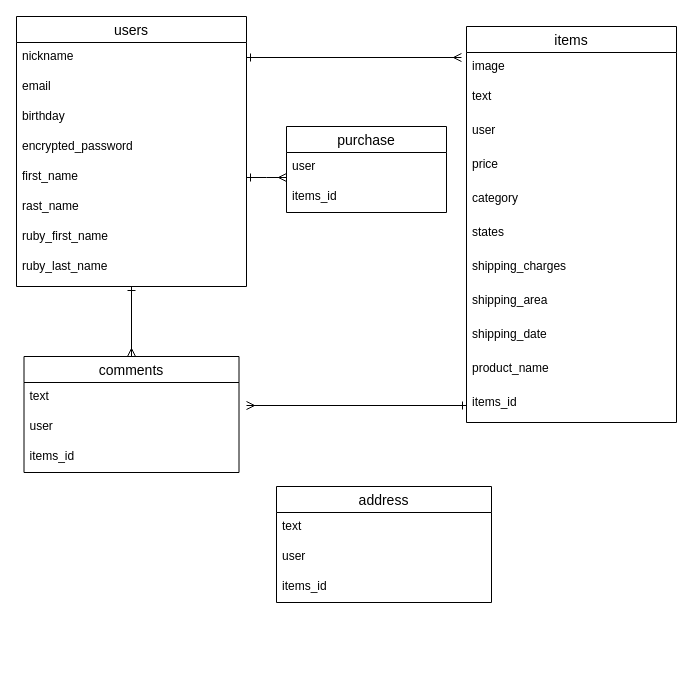
kotatori/furima-33804 keeps this draw.io diagram as DB.dio. Above is the earlier version. Source tidied: cells renumbered, new cells numbered last; positions are measured from the earlier drawing's top-left corner, leaving out a move shared by most shapes. Both pictures are drawn from the tidied source at 100%, with x=0, y=0 at pixel (16, 16).
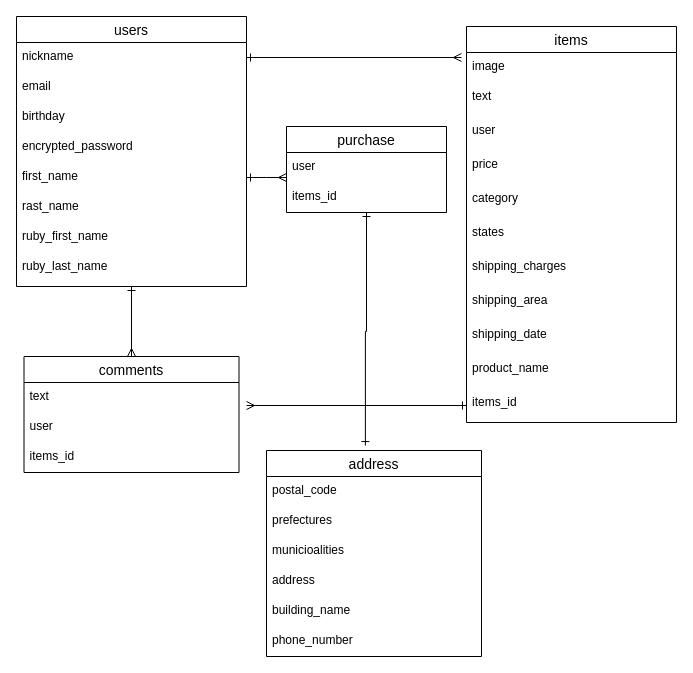
After the change.

Unchanged cells that the change refers to:
```xml
<mxCell id="24" value="purchase" style="swimlane;fontStyle=0;horizontal=1;startSize=26;align=center;fontSize=14;" parent="1" vertex="1">
  <mxGeometry x="270" y="110" width="160" height="86" as="geometry" />
</mxCell>
```

Diff of the diagram source:
```diff
@@
+    <mxCell id="38" style="edgeStyle=orthogonalEdgeStyle;rounded=0;jettySize=auto;html=1;entryX=0.46;entryY=-0.024;entryDx=0;entryDy=0;entryPerimeter=0;startArrow=ERone;startFill=0;endArrow=ERone;endFill=0;fontSize=14;" parent="1" edge="1" source="24" target="34">
+      <mxGeometry relative="1" as="geometry" />
+    </mxCell>
@@
     <mxCell id="34" value="address" style="swimlane;fontStyle=0;horizontal=1;startSize=26;align=center;fontSize=14;" parent="1" vertex="1">
-      <mxGeometry x="260" y="470" width="215" height="116" as="geometry" />
+      <mxGeometry x="250" y="434" width="215" height="206" as="geometry" />
     </mxCell>
-    <mxCell id="35" value="text" style="text;strokeColor=none;fillColor=none;spacingLeft=4;spacingRight=4;overflow=hidden;fontSize=12;" parent="34" vertex="1">
+    <mxCell id="35" value="postal_code" style="text;strokeColor=none;fillColor=none;spacingLeft=4;spacingRight=4;overflow=hidden;fontSize=12;" parent="34" vertex="1">
       <mxGeometry y="26" width="215" height="30" as="geometry" />
     </mxCell>
-    <mxCell id="36" value="user" style="text;strokeColor=none;fillColor=none;spacingLeft=4;spacingRight=4;overflow=hidden;fontSize=12;" parent="34" vertex="1">
+    <mxCell id="36" value="prefectures" style="text;strokeColor=none;fillColor=none;spacingLeft=4;spacingRight=4;overflow=hidden;fontSize=12;" parent="34" vertex="1">
       <mxGeometry y="56" width="215" height="30" as="geometry" />
     </mxCell>
-    <mxCell id="37" value="items_id" style="text;strokeColor=none;fillColor=none;spacingLeft=4;spacingRight=4;overflow=hidden;fontSize=12;" parent="34" vertex="1">
-      <mxGeometry y="86" width="215" height="30" as="geometry" />
-    </mxCell>
+    <mxCell id="39" value="municioalities" style="text;strokeColor=none;fillColor=none;spacingLeft=4;spacingRight=4;overflow=hidden;fontSize=12;" parent="34" vertex="1">
+      <mxGeometry y="86" width="215" height="30" as="geometry" />
+    </mxCell>
+    <mxCell id="40" value="address" style="text;strokeColor=none;fillColor=none;spacingLeft=4;spacingRight=4;overflow=hidden;fontSize=12;" parent="34" vertex="1">
+      <mxGeometry y="116" width="215" height="30" as="geometry" />
+    </mxCell>
+    <mxCell id="41" value="building_name" style="text;strokeColor=none;fillColor=none;spacingLeft=4;spacingRight=4;overflow=hidden;fontSize=12;" parent="34" vertex="1">
+      <mxGeometry y="146" width="215" height="30" as="geometry" />
+    </mxCell>
+    <mxCell id="42" value="phone_number" style="text;strokeColor=none;fillColor=none;spacingLeft=4;spacingRight=4;overflow=hidden;fontSize=12;" parent="34" vertex="1">
+      <mxGeometry y="176" width="215" height="30" as="geometry" />
+    </mxCell>
```
